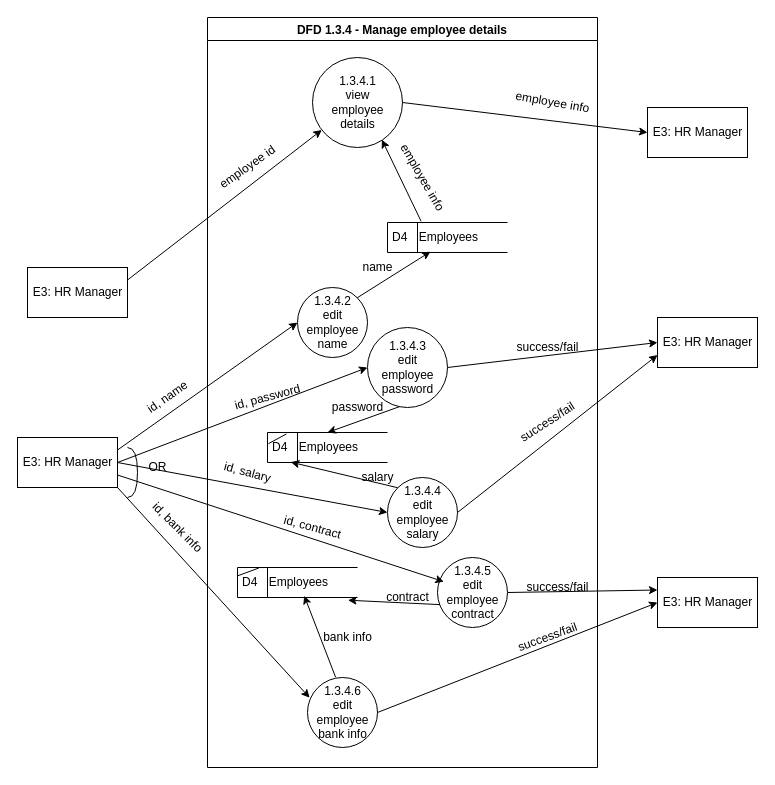
Before: page "DFD1.3.4" (5 of 6) of docs/DFD/DFD_Employees_Last.drawio in Naveavra/Market, a draw.io diagram. Source tidied: cells renumbered, new cells numbered last; positions are measured from the earlier drawing's top-left corner, leaving out a move shared by most shapes. Both pictures are drawn from the tidied source at 100%, with x=0, y=0 at pixel (17, 17).
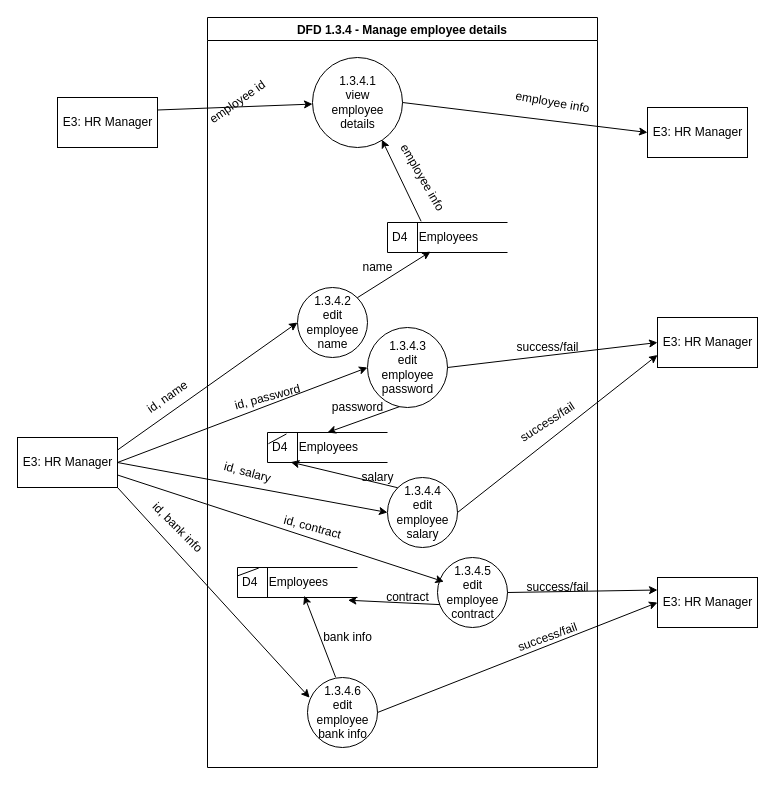
After the change.

The change refers to these unchanged cells:
```xml
<mxCell id="2" value="DFD 1.3.4 - Manage employee details" style="swimlane;" parent="1" vertex="1">
  <mxGeometry x="190" width="390" height="750" as="geometry" />
</mxCell>
```

Change to the diagram source:
```diff
@@
     <mxCell id="5" value="employee id" style="text;html=1;align=center;verticalAlign=middle;strokeColor=none;fillColor=none;rotation=-35;" parent="2" vertex="1">
-      <mxGeometry y="140" width="80" height="20" as="geometry" />
+      <mxGeometry x="-10" y="75" width="80" height="20" as="geometry" />
     </mxCell>
@@
     <mxCell id="31" value="E3: HR Manager" style="html=1;dashed=0;whitespace=wrap;" parent="1" vertex="1">
-      <mxGeometry x="10" y="250" width="100" height="50" as="geometry" />
+      <mxGeometry x="40" y="80" width="100" height="50" as="geometry" />
     </mxCell>
@@
-    <mxCell id="40" style="shape=requiredInterface;html=1;verticalLabelPosition=bottom;sketch=0;" parent="1" vertex="1">
-      <mxGeometry x="110" y="430" width="10" height="50" as="geometry" />
-    </mxCell>
-    <mxCell id="41" value="OR" style="text;html=1;align=center;verticalAlign=middle;strokeColor=none;fillColor=none;" parent="1" vertex="1">
-      <mxGeometry x="125" y="440" width="30" height="20" as="geometry" />
-    </mxCell>
```
